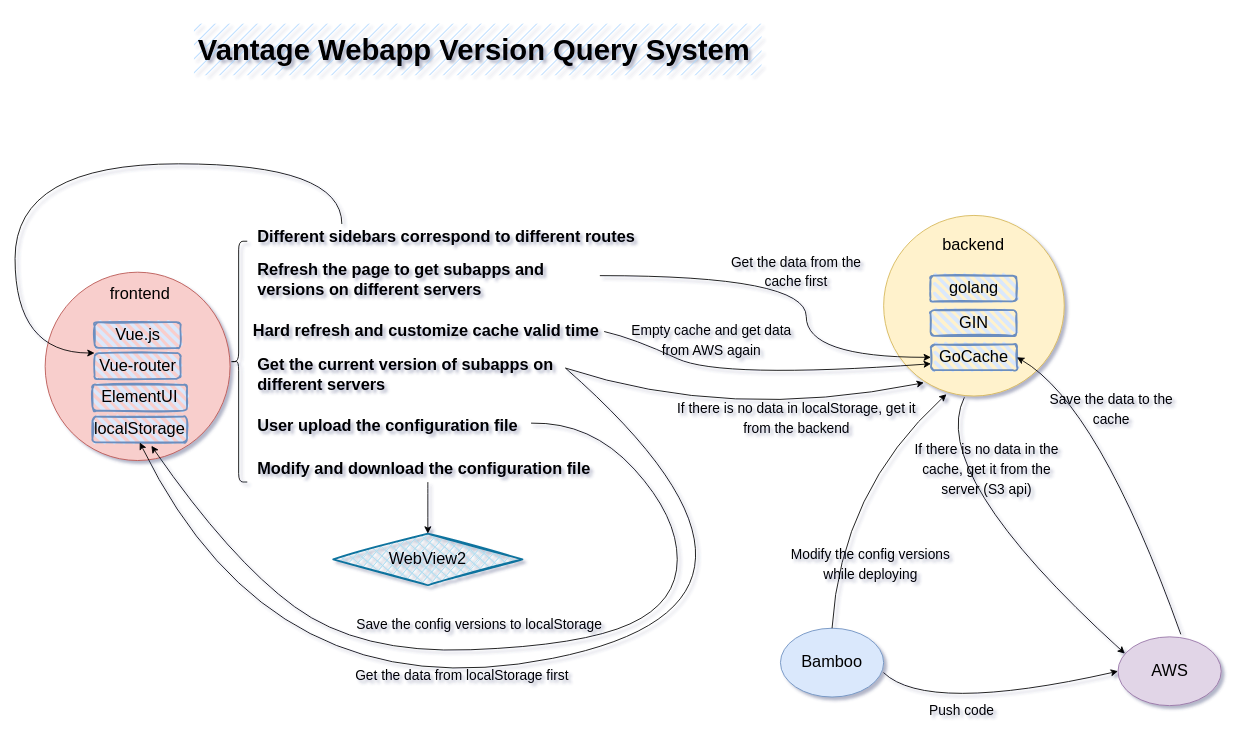
Earlier version of the draw.io diagram page "第 1 页" (1 of 2) of 未命名绘图.drawio (zhengzedan/Agenda). Source tidied: cells renumbered, new cells numbered last; positions are measured from the earlier drawing's top-left corner, leaving out a move shared by most shapes. Both pictures are drawn from the tidied source at 86%, with x=0, y=0 at pixel (15, 23).
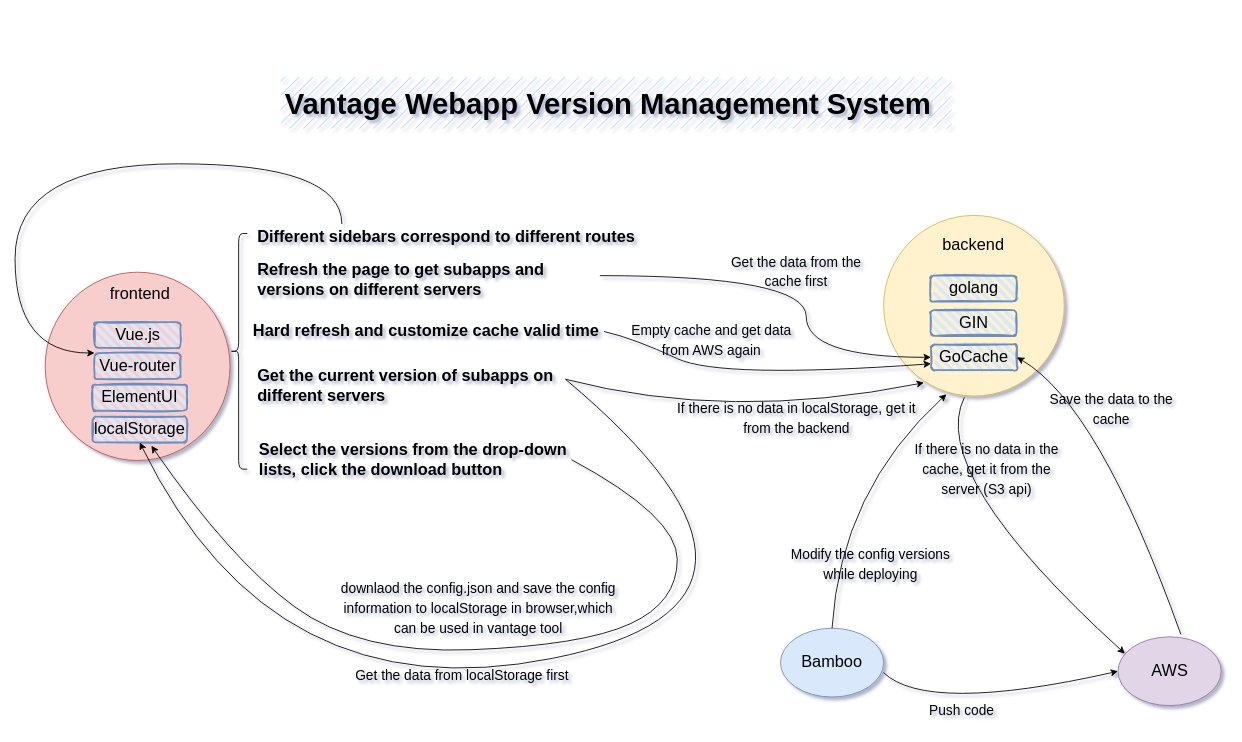
The same page after the edit.

The change refers to these unchanged cells:
```xml
<mxCell id="8" value="localStorage" style="rounded=1;whiteSpace=wrap;html=1;strokeWidth=2;fillWeight=4;hachureGap=8;hachureAngle=45;fillColor=#dae8fc;sketch=1;fontSize=19;strokeColor=#6c8ebf;" parent="1" vertex="1">
  <mxGeometry x="90" y="457" width="110" height="30" as="geometry" />
</mxCell>
```

Change to the diagram source:
```diff
@@
     <mxCell id="12" style="shape=curlyBracket;whiteSpace=wrap;html=1;rounded=1;fontSize=19;" parent="1" vertex="1">
-      <mxGeometry x="250" y="253" width="20" height="280" as="geometry" />
+      <mxGeometry x="250" y="244" width="20" height="274" as="geometry" />
     </mxCell>
@@
     <mxCell id="24" value="&lt;b&gt;Get the current version of subapps on different servers&lt;/b&gt;" style="text;html=1;align=left;verticalAlign=middle;whiteSpace=wrap;rounded=0;fontSize=19;shadow=0;glass=0;fillStyle=auto;" parent="1" vertex="1">
-      <mxGeometry x="280" y="393" width="360" height="30" as="geometry" />
+      <mxGeometry x="280" y="406" width="360" height="30" as="geometry" />
     </mxCell>
@@
-    <mxCell id="27" value="&lt;b&gt;User upload the configuration file&lt;/b&gt;" style="text;html=1;align=left;verticalAlign=middle;whiteSpace=wrap;rounded=0;fontSize=19;shadow=0;glass=0;fillStyle=auto;" parent="1" vertex="1">
-      <mxGeometry x="280" y="453" width="320" height="30" as="geometry" />
+    <mxCell id="27" value="&lt;b&gt;Select the versions from the drop-down lists, click the download button&lt;/b&gt;" style="text;html=1;align=left;verticalAlign=middle;whiteSpace=wrap;rounded=0;fontSize=19;shadow=0;glass=0;fillStyle=auto;" parent="1" vertex="1">
+      <mxGeometry x="282" y="492" width="365" height="30" as="geometry" />
     </mxCell>
-    <mxCell id="28" value="&lt;b&gt;Modify and download the configuration file&lt;/b&gt;" style="text;html=1;align=left;verticalAlign=middle;whiteSpace=wrap;rounded=0;fontSize=19;shadow=0;glass=0;fillStyle=auto;" parent="1" vertex="1">
-      <mxGeometry x="280" y="503" width="400" height="30" as="geometry" />
-    </mxCell>
-    <mxCell id="29" style="curved=1;endArrow=classic;html=1;rounded=0;fontSize=19;fontColor=#000000;strokeColor=#000000;elbow=vertical;entryX=0.623;entryY=1.129;entryDx=0;entryDy=0;entryPerimeter=0;" parent="1" edge="1" source="27" target="8">
+    <mxCell id="29" style="curved=1;endArrow=classic;html=1;rounded=0;fontSize=19;fontColor=#000000;strokeColor=#000000;elbow=vertical;entryX=0.623;entryY=1.129;entryDx=0;entryDy=0;entryPerimeter=0;exitX=1;exitY=0.5;exitDx=0;exitDy=0;" parent="1" edge="1" source="27" target="8">
       <mxGeometry relative="1" as="geometry">
         <Array as="points">
-          <mxPoint x="670" y="463" />
           <mxPoint x="770" y="573" />
           <mxPoint x="770" y="673" />
           <mxPoint x="660" y="723" />
           <mxPoint x="400" y="733" />
           <mxPoint x="250" y="623" />
         </Array>
       </mxGeometry>
     </mxCell>
-    <mxCell id="30" value="WebView2" style="rhombus;whiteSpace=wrap;html=1;strokeWidth=2;fillWeight=-1;hachureGap=8;fillStyle=cross-hatch;fillColor=#b1ddf0;sketch=1;shadow=0;glass=0;fontSize=19;strokeColor=#10739e;" parent="1" vertex="1">
-      <mxGeometry x="370" y="593" width="220" height="60" as="geometry" />
-    </mxCell>
-    <mxCell id="31" style="endArrow=classic;html=1;rounded=0;fontSize=19;fontColor=#000000;strokeColor=#000000;curved=1;elbow=vertical;entryX=0.5;entryY=0;entryDx=0;entryDy=0;exitX=0.5;exitY=1;exitDx=0;exitDy=0;" parent="1" edge="1" source="28" target="30">
-      <mxGeometry relative="1" as="geometry" />
-    </mxCell>
@@
-    <mxCell id="35" value="&lt;font style=&quot;font-size: 16px;&quot;&gt;Save the config versions to localStorage&lt;/font&gt;" style="text;html=1;strokeColor=none;fillColor=none;align=center;verticalAlign=middle;whiteSpace=wrap;rounded=0;shadow=0;glass=0;fillStyle=auto;fontSize=19;fontColor=#000000;" parent="1" vertex="1">
-      <mxGeometry x="360" y="683" width="360" height="30" as="geometry" />
+    <mxCell id="35" value="&lt;font style=&quot;font-size: 16px;&quot;&gt;downlaod the config.json and save the config information to localStorage in browser,which can be used in vantage tool&lt;/font&gt;" style="text;html=1;strokeColor=none;fillColor=none;align=center;verticalAlign=middle;whiteSpace=wrap;rounded=0;shadow=0;glass=0;fillStyle=auto;fontSize=19;fontColor=#000000;" parent="1" vertex="1">
+      <mxGeometry x="368" y="665" width="342" height="30" as="geometry" />
     </mxCell>
@@
-    <mxCell id="42" value="&lt;h1&gt;&lt;font style=&quot;font-size: 34px;&quot;&gt;Vantage Webapp Version Query System&amp;nbsp;&lt;/font&gt;&lt;/h1&gt;" style="text;html=1;spacing=5;spacingTop=-20;whiteSpace=wrap;overflow=hidden;rounded=0;shadow=0;glass=0;fillStyle=hatch;fontSize=16;fillColor=#99CCFF;" parent="1" vertex="1">
-      <mxGeometry x="208" width="660" height="60" as="geometry" />
+    <mxCell id="42" value="&lt;h1&gt;&lt;font style=&quot;font-size: 34px;&quot;&gt;Vantage Webapp Version Management System&amp;nbsp;&lt;/font&gt;&lt;/h1&gt;" style="text;html=1;spacing=5;spacingTop=-20;whiteSpace=wrap;overflow=hidden;rounded=0;shadow=0;glass=0;fillStyle=hatch;fontSize=16;fillColor=#99CCFF;" parent="1" vertex="1">
+      <mxGeometry x="309" y="62" width="780" height="60" as="geometry" />
     </mxCell>
```
